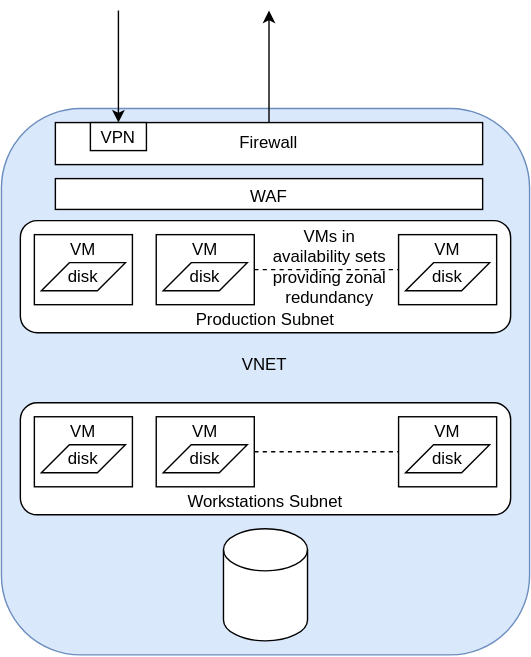
Before: dr/currentstate.svg, a diagram exported from draw.io (vjavle/invoicecloud). Source tidied: cells renumbered, new cells last; positions are measured from the earlier drawing's top-left corner, leaving out a move shared by most shapes.
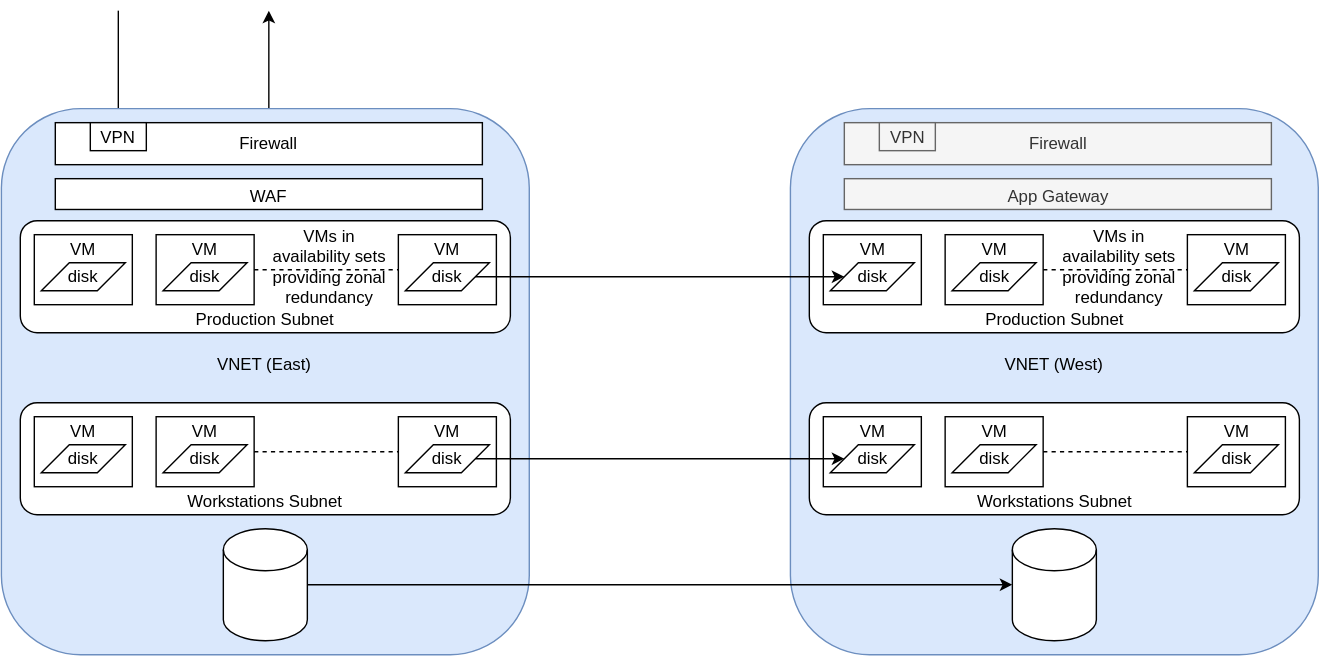
Above is the later version.

The edit, as a diff of the source:
```diff
@@ -2,19 +2,30 @@
   <root>
     <mxCell id="0" />
     <mxCell id="1" parent="0" />
+    <mxCell id="3" style="edgeStyle=orthogonalEdgeStyle;rounded=0;jettySize=auto;html=1;endArrow=classic;endFill=1;" parent="1" edge="1" source="4">
+      <mxGeometry relative="1" as="geometry">
+        <mxPoint x="191.5" as="targetPoint" />
+      </mxGeometry>
+    </mxCell>
+    <mxCell id="31" style="edgeStyle=orthogonalEdgeStyle;rounded=0;jettySize=auto;html=1;endArrow=none;endFill=0;startArrow=classic;startFill=1;" parent="1" edge="1" source="32">
+      <mxGeometry relative="1" as="geometry">
+        <mxPoint x="84" as="targetPoint" />
+      </mxGeometry>
+    </mxCell>
+    <mxCell id="34" style="group;" parent="1" vertex="1">
+      <mxGeometry x="0.5" y="70" width="377" height="390" as="geometry" />
+    </mxCell>
-    <mxCell id="2" value="VNET" style="rounded=1;whiteSpace=wrap;html=1;spacingTop=-25;fillColor=#dae8fc;strokeColor=#6c8ebf;" parent="1" vertex="1">
-      <mxGeometry x="0.5" y="70" width="377" height="390" as="geometry" />
+    <mxCell id="2" value="VNET (East)" style="rounded=1;whiteSpace=wrap;html=1;spacingTop=-25;fillColor=#dae8fc;strokeColor=#6c8ebf;" parent="34" vertex="1">
+      <mxGeometry width="377" height="390" as="geometry" />
     </mxCell>
-    <mxCell id="3" style="edgeStyle=orthogonalEdgeStyle;rounded=0;jettySize=auto;html=1;endArrow=classic;endFill=1;" parent="1" edge="1" source="4">
-      <mxGeometry relative="1" as="geometry">
-        <mxPoint x="191.5" as="targetPoint" />
-      </mxGeometry>
-    </mxCell>
+    <mxCell id="35" style="group;" parent="34" vertex="1">
+      <mxGeometry x="13.5" y="10" width="350" height="370" as="geometry" />
+    </mxCell>
-    <mxCell id="4" value="Firewall" style="rounded=0;whiteSpace=wrap;html=1;verticalAlign=middle;align=center;" parent="1" vertex="1">
-      <mxGeometry x="39" y="80" width="305" height="30" as="geometry" />
+    <mxCell id="4" value="Firewall" style="rounded=0;whiteSpace=wrap;html=1;verticalAlign=middle;align=center;" parent="35" vertex="1">
+      <mxGeometry x="25" width="305" height="30" as="geometry" />
     </mxCell>
-    <mxCell id="5" style="group;" parent="1" vertex="1">
-      <mxGeometry x="14" y="150" width="350" height="80" as="geometry" />
+    <mxCell id="5" style="group;" parent="35" vertex="1">
+      <mxGeometry y="70" width="350" height="80" as="geometry" />
     </mxCell>
     <mxCell id="6" value="Production Subnet" style="rounded=1;whiteSpace=wrap;html=1;verticalAlign=bottom;" parent="5" vertex="1">
       <mxGeometry width="350" height="80" as="geometry" />
@@ -52,8 +63,8 @@
     <mxCell id="17" value="VMs in availability sets providing zonal redundancy" style="text;html=1;strokeColor=none;fillColor=none;align=center;verticalAlign=middle;whiteSpace=wrap;rounded=0;" parent="5" vertex="1">
       <mxGeometry x="176" y="18" width="90" height="30" as="geometry" />
     </mxCell>
-    <mxCell id="18" style="group;" parent="1" vertex="1">
-      <mxGeometry x="14" y="280" width="350" height="80" as="geometry" />
+    <mxCell id="18" style="group;" parent="35" vertex="1">
+      <mxGeometry y="200" width="350" height="80" as="geometry" />
     </mxCell>
     <mxCell id="19" value="Workstations Subnet" style="rounded=1;whiteSpace=wrap;html=1;verticalAlign=bottom;" parent="18" vertex="1">
       <mxGeometry width="350" height="80" as="geometry" />
@@ -88,19 +99,119 @@
     <mxCell id="29" style="edgeStyle=orthogonalEdgeStyle;rounded=0;jettySize=auto;html=1;endArrow=none;endFill=0;dashed=1;" parent="18" edge="1" source="24" target="27">
       <mxGeometry x="140" y="320" as="geometry" />
     </mxCell>
-    <mxCell id="30" style="shape=cylinder3;whiteSpace=wrap;html=1;boundedLbl=1;backgroundOutline=1;size=15;verticalAlign=bottom;" parent="1" vertex="1">
-      <mxGeometry x="159" y="370" width="60" height="80" as="geometry" />
+    <mxCell id="30" style="shape=cylinder3;whiteSpace=wrap;html=1;boundedLbl=1;backgroundOutline=1;size=15;verticalAlign=bottom;" parent="35" vertex="1">
+      <mxGeometry x="145" y="290" width="60" height="80" as="geometry" />
     </mxCell>
-    <mxCell id="31" style="edgeStyle=orthogonalEdgeStyle;rounded=0;jettySize=auto;html=1;endArrow=none;endFill=0;startArrow=classic;startFill=1;" parent="1" edge="1" source="32">
-      <mxGeometry relative="1" as="geometry">
-        <mxPoint x="84" as="targetPoint" />
-      </mxGeometry>
-    </mxCell>
-    <mxCell id="32" value="VPN" style="rounded=0;whiteSpace=wrap;html=1;verticalAlign=bottom;" parent="1" vertex="1">
-      <mxGeometry x="64" y="80" width="40" height="20" as="geometry" />
+    <mxCell id="32" value="VPN" style="rounded=0;whiteSpace=wrap;html=1;verticalAlign=bottom;" parent="35" vertex="1">
+      <mxGeometry x="50" width="40" height="20" as="geometry" />
     </mxCell>
-    <mxCell id="33" value="WAF" style="rounded=0;whiteSpace=wrap;html=1;verticalAlign=bottom;" parent="1" vertex="1">
-      <mxGeometry x="39" y="120" width="305" height="22" as="geometry" />
+    <mxCell id="33" value="WAF" style="rounded=0;whiteSpace=wrap;html=1;verticalAlign=bottom;" parent="35" vertex="1">
+      <mxGeometry x="25" y="40" width="305" height="22" as="geometry" />
     </mxCell>
+    <mxCell id="36" style="group;" parent="1" vertex="1">
+      <mxGeometry x="564" y="70" width="377" height="390" as="geometry" />
+    </mxCell>
+    <mxCell id="37" value="VNET (West)" style="rounded=1;whiteSpace=wrap;html=1;spacingTop=-25;fillColor=#dae8fc;strokeColor=#6c8ebf;" parent="36" vertex="1">
+      <mxGeometry width="377" height="390" as="geometry" />
+    </mxCell>
+    <mxCell id="38" style="group;" parent="36" vertex="1">
+      <mxGeometry x="13.5" y="10" width="350" height="370" as="geometry" />
+    </mxCell>
+    <mxCell id="39" value="Firewall" style="rounded=0;whiteSpace=wrap;html=1;verticalAlign=middle;align=center;fillColor=#f5f5f5;fontColor=#333333;strokeColor=#666666;" parent="38" vertex="1">
+      <mxGeometry x="25" width="305" height="30" as="geometry" />
+    </mxCell>
+    <mxCell id="40" style="group;" parent="38" vertex="1">
+      <mxGeometry y="70" width="350" height="80" as="geometry" />
+    </mxCell>
+    <mxCell id="41" value="Production Subnet" style="rounded=1;whiteSpace=wrap;html=1;verticalAlign=bottom;" parent="40" vertex="1">
+      <mxGeometry width="350" height="80" as="geometry" />
+    </mxCell>
+    <mxCell id="42" style="group;fillColor=#E6E6E6;" parent="40" vertex="1">
+      <mxGeometry x="10" y="10" width="70" height="50" as="geometry" />
+    </mxCell>
+    <mxCell id="43" value="VM" style="rounded=0;whiteSpace=wrap;html=1;spacingTop=-28;" parent="42" vertex="1">
+      <mxGeometry width="70" height="50" as="geometry" />
+    </mxCell>
+    <mxCell id="44" value="disk" style="shape=parallelogram;perimeter=parallelogramPerimeter;whiteSpace=wrap;html=1;fixedSize=1;" parent="42" vertex="1">
+      <mxGeometry x="5" y="20" width="60" height="20" as="geometry" />
+    </mxCell>
+    <mxCell id="45" style="group;" parent="40" vertex="1">
+      <mxGeometry x="97" y="10" width="70" height="50" as="geometry" />
+    </mxCell>
+    <mxCell id="46" value="VM" style="rounded=0;whiteSpace=wrap;html=1;spacingTop=-28;" parent="45" vertex="1">
+      <mxGeometry width="70" height="50" as="geometry" />
+    </mxCell>
+    <mxCell id="47" value="disk" style="shape=parallelogram;perimeter=parallelogramPerimeter;whiteSpace=wrap;html=1;fixedSize=1;" parent="45" vertex="1">
+      <mxGeometry x="5" y="20" width="60" height="20" as="geometry" />
+    </mxCell>
+    <mxCell id="48" style="group;" parent="40" vertex="1">
+      <mxGeometry x="270" y="10" width="70" height="50" as="geometry" />
+    </mxCell>
+    <mxCell id="49" value="VM" style="rounded=0;whiteSpace=wrap;html=1;spacingTop=-28;" parent="48" vertex="1">
+      <mxGeometry width="70" height="50" as="geometry" />
+    </mxCell>
+    <mxCell id="50" value="disk" style="shape=parallelogram;perimeter=parallelogramPerimeter;whiteSpace=wrap;html=1;fixedSize=1;" parent="48" vertex="1">
+      <mxGeometry x="5" y="20" width="60" height="20" as="geometry" />
+    </mxCell>
+    <mxCell id="51" style="edgeStyle=orthogonalEdgeStyle;rounded=0;jettySize=auto;html=1;endArrow=none;endFill=0;dashed=1;" parent="40" edge="1" source="46" target="49">
+      <mxGeometry x="140" y="320" as="geometry" />
+    </mxCell>
+    <mxCell id="52" value="VMs in availability sets providing zonal redundancy" style="text;html=1;strokeColor=none;fillColor=none;align=center;verticalAlign=middle;whiteSpace=wrap;rounded=0;" parent="40" vertex="1">
+      <mxGeometry x="176" y="18" width="90" height="30" as="geometry" />
+    </mxCell>
+    <mxCell id="53" style="group;" parent="38" vertex="1">
+      <mxGeometry y="200" width="350" height="80" as="geometry" />
+    </mxCell>
+    <mxCell id="54" value="Workstations Subnet" style="rounded=1;whiteSpace=wrap;html=1;verticalAlign=bottom;" parent="53" vertex="1">
+      <mxGeometry width="350" height="80" as="geometry" />
+    </mxCell>
+    <mxCell id="55" style="group;" parent="53" vertex="1">
+      <mxGeometry x="10" y="10" width="70" height="50" as="geometry" />
+    </mxCell>
+    <mxCell id="56" value="VM" style="rounded=0;whiteSpace=wrap;html=1;spacingTop=-28;" parent="55" vertex="1">
+      <mxGeometry width="70" height="50" as="geometry" />
+    </mxCell>
+    <mxCell id="57" value="disk" style="shape=parallelogram;perimeter=parallelogramPerimeter;whiteSpace=wrap;html=1;fixedSize=1;" parent="55" vertex="1">
+      <mxGeometry x="5" y="20" width="60" height="20" as="geometry" />
+    </mxCell>
+    <mxCell id="58" style="group;" parent="53" vertex="1">
+      <mxGeometry x="97" y="10" width="70" height="50" as="geometry" />
+    </mxCell>
+    <mxCell id="59" value="VM" style="rounded=0;whiteSpace=wrap;html=1;spacingTop=-28;" parent="58" vertex="1">
+      <mxGeometry width="70" height="50" as="geometry" />
+    </mxCell>
+    <mxCell id="60" value="disk" style="shape=parallelogram;perimeter=parallelogramPerimeter;whiteSpace=wrap;html=1;fixedSize=1;" parent="58" vertex="1">
+      <mxGeometry x="5" y="20" width="60" height="20" as="geometry" />
+    </mxCell>
+    <mxCell id="61" style="group;" parent="53" vertex="1">
+      <mxGeometry x="270" y="10" width="70" height="50" as="geometry" />
+    </mxCell>
+    <mxCell id="62" value="VM" style="rounded=0;whiteSpace=wrap;html=1;spacingTop=-28;" parent="61" vertex="1">
+      <mxGeometry width="70" height="50" as="geometry" />
+    </mxCell>
+    <mxCell id="63" value="disk" style="shape=parallelogram;perimeter=parallelogramPerimeter;whiteSpace=wrap;html=1;fixedSize=1;" parent="61" vertex="1">
+      <mxGeometry x="5" y="20" width="60" height="20" as="geometry" />
+    </mxCell>
+    <mxCell id="64" style="edgeStyle=orthogonalEdgeStyle;rounded=0;jettySize=auto;html=1;endArrow=none;endFill=0;dashed=1;" parent="53" edge="1" source="59" target="62">
+      <mxGeometry x="140" y="320" as="geometry" />
+    </mxCell>
+    <mxCell id="65" style="shape=cylinder3;whiteSpace=wrap;html=1;boundedLbl=1;backgroundOutline=1;size=15;verticalAlign=bottom;" parent="38" vertex="1">
+      <mxGeometry x="145" y="290" width="60" height="80" as="geometry" />
+    </mxCell>
+    <mxCell id="66" value="VPN" style="rounded=0;whiteSpace=wrap;html=1;verticalAlign=bottom;fillColor=#f5f5f5;fontColor=#333333;strokeColor=#666666;" parent="38" vertex="1">
+      <mxGeometry x="50" width="40" height="20" as="geometry" />
+    </mxCell>
+    <mxCell id="67" value="App Gateway" style="rounded=0;whiteSpace=wrap;html=1;verticalAlign=bottom;fillColor=#f5f5f5;fontColor=#333333;strokeColor=#666666;" parent="38" vertex="1">
+      <mxGeometry x="25" y="40" width="305" height="22" as="geometry" />
+    </mxCell>
+    <mxCell id="68" style="edgeStyle=orthogonalEdgeStyle;rounded=0;jettySize=auto;html=1;startArrow=none;startFill=0;endArrow=classic;endFill=1;" parent="1" edge="1" source="15" target="44">
+      <mxGeometry relative="1" as="geometry" />
+    </mxCell>
+    <mxCell id="69" style="edgeStyle=orthogonalEdgeStyle;rounded=0;jettySize=auto;html=1;startArrow=none;startFill=0;endArrow=classic;endFill=1;" parent="1" edge="1" source="28" target="57">
+      <mxGeometry relative="1" as="geometry" />
+    </mxCell>
+    <mxCell id="70" style="edgeStyle=orthogonalEdgeStyle;rounded=0;jettySize=auto;html=1;startArrow=none;startFill=0;endArrow=classic;endFill=1;" parent="1" edge="1" source="30" target="65">
+      <mxGeometry relative="1" as="geometry" />
+    </mxCell>
   </root>
 </mxGraphModel>
```
